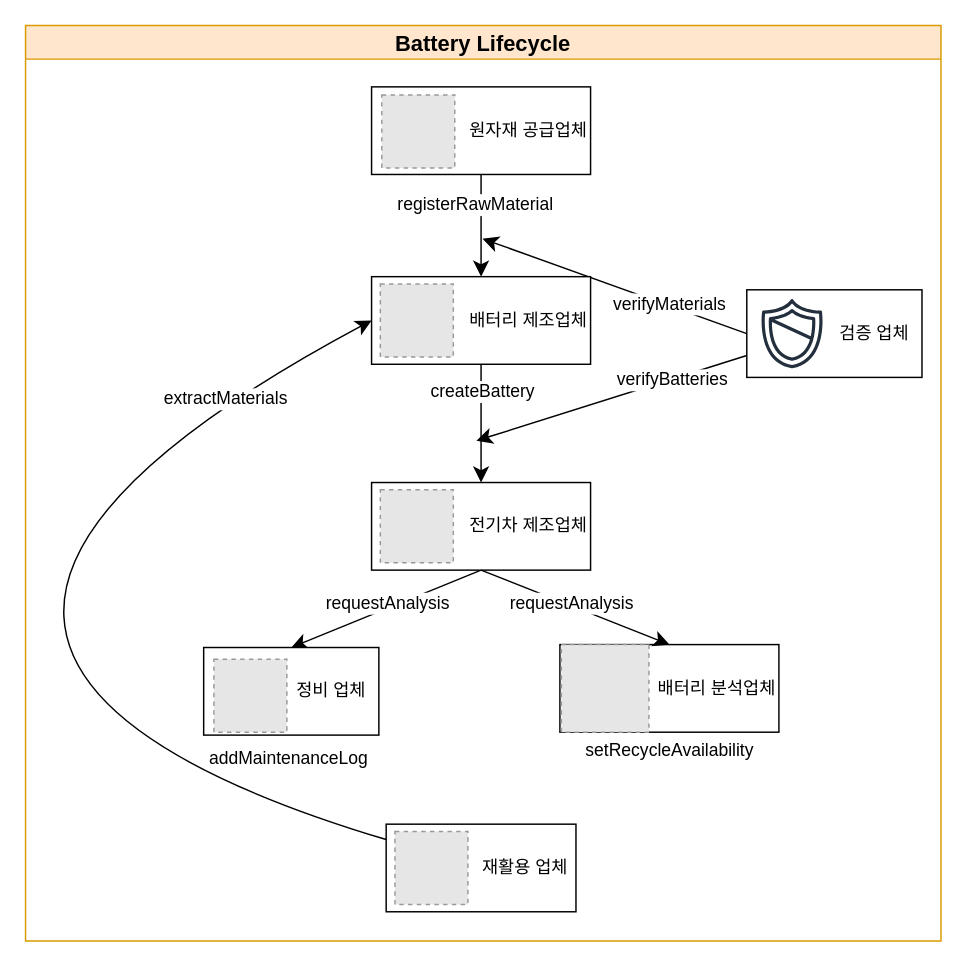
insang01/Weekly-Algorithm keeps this draw.io diagram as user_scenario.drawio. Above is the earlier version. Source tidied: cells renumbered, new cells numbered last; positions are measured from the earlier drawing's top-left corner, leaving out a move shared by most shapes. Both pictures are drawn from the tidied source at 146%, with x=0, y=0 at pixel (-247, 25). Pictures stored in the file or linked from it are replaced by grey dashed boxes.
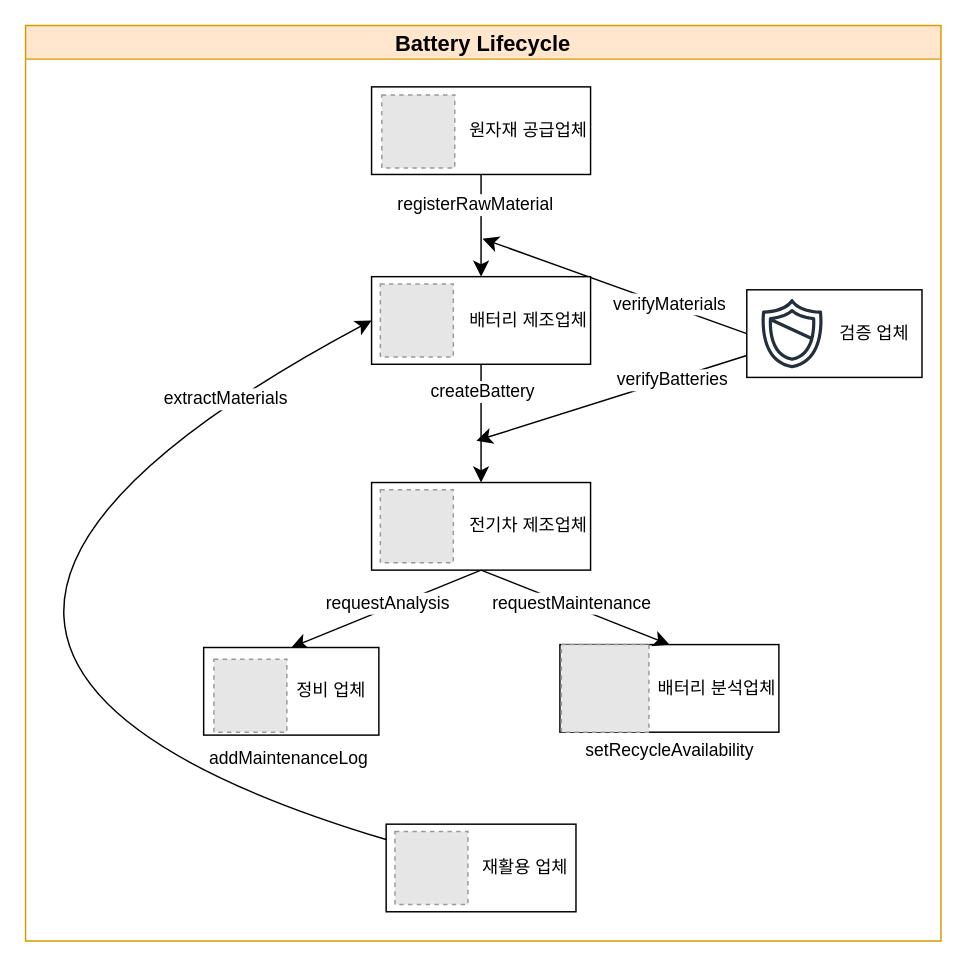
The same diagram, later.

The change refers to these unchanged cells:
```xml
<mxCell id="28" style="edgeStyle=none;curved=1;rounded=0;jettySize=auto;html=1;exitX=0.5;exitY=1;exitDx=0;exitDy=0;fontSize=12;startSize=8;endSize=8;entryX=0.5;entryY=0;entryDx=0;entryDy=0;" parent="1" edge="1" source="15" target="17">
  <mxGeometry relative="1" as="geometry" />
</mxCell>
```

Change to the diagram source:
```diff
@@
-    <mxCell id="29" value="requestAnalysis" style="edgeLabel;html=1;align=center;verticalAlign=middle;fontSize=12;" parent="28" vertex="1">
+    <mxCell id="29" value="requestMaintenance" style="edgeLabel;html=1;align=center;verticalAlign=middle;fontSize=12;" parent="28" vertex="1">
       <mxGeometry x="-0.07" y="2" relative="1" as="geometry" />
     </mxCell>
```
